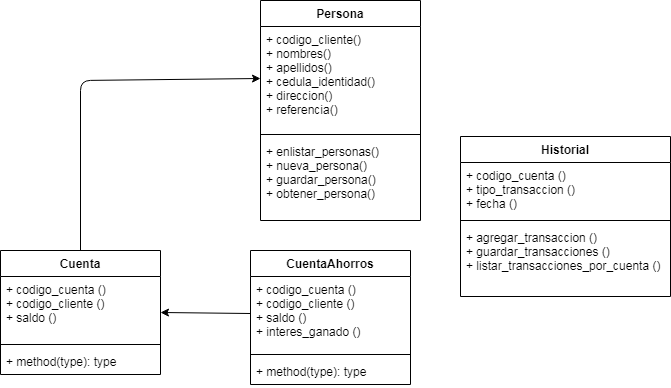
This is diagrama de clases.png from as7haro7/Banco111, a draw.io export, as it was before one commit. Source tidied: cells renumbered, new cells last; positions are measured from the earlier drawing's top-left corner, leaving out a move shared by most shapes.
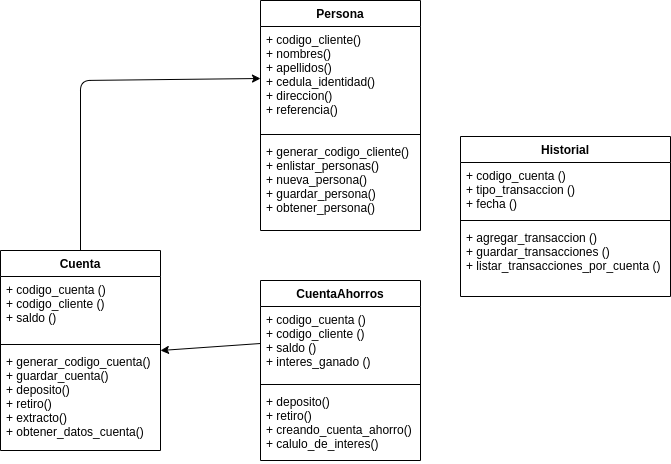
The same file after the commit.

Change to the diagram source:
```diff
@@ -3,7 +3,7 @@
     <mxCell id="0" />
     <mxCell id="1" parent="0" />
     <mxCell id="2" value="Persona" style="swimlane;fontStyle=1;align=center;verticalAlign=top;horizontal=1;startSize=26;" parent="1" vertex="1">
-      <mxGeometry x="260" width="160" height="220" as="geometry" />
+      <mxGeometry x="260" width="160" height="230" as="geometry" />
     </mxCell>
     <mxCell id="3" value="+ codigo_cliente()&#10;+ nombres()&#10;+ apellidos()&#10;+ cedula_identidad()&#10;+ direccion()&#10;+ referencia()" style="text;strokeColor=none;fillColor=none;align=left;verticalAlign=top;spacingLeft=4;spacingRight=4;overflow=hidden;points=[[0,0.5],[1,0.5]];portConstraint=eastwest;" parent="2" vertex="1">
       <mxGeometry y="26" width="160" height="104" as="geometry" />
@@ -11,8 +11,8 @@
     <mxCell id="4" style="line;strokeWidth=1;fillColor=none;align=left;verticalAlign=middle;spacingTop=-1;spacingLeft=3;spacingRight=3;labelPosition=right;strokeColor=inherit;" parent="2" vertex="1">
       <mxGeometry y="130" width="160" height="8" as="geometry" />
     </mxCell>
-    <mxCell id="5" value="+ enlistar_personas()&#10;+ nueva_persona()&#10;+ guardar_persona()&#10;+ obtener_persona()&#10;" style="text;strokeColor=none;fillColor=none;align=left;verticalAlign=top;spacingLeft=4;spacingRight=4;overflow=hidden;" parent="2" vertex="1">
-      <mxGeometry y="138" width="160" height="82" as="geometry" />
+    <mxCell id="5" value="+ generar_codigo_cliente()&#10;+ enlistar_personas()&#10;+ nueva_persona()&#10;+ guardar_persona()&#10;+ obtener_persona()&#10;" style="text;strokeColor=none;fillColor=none;align=left;verticalAlign=top;spacingLeft=4;spacingRight=4;overflow=hidden;" parent="2" vertex="1">
+      <mxGeometry y="138" width="160" height="92" as="geometry" />
     </mxCell>
     <mxCell id="6" style="edgeStyle=none;html=1;exitX=0.5;exitY=0;exitDx=0;exitDy=0;entryX=0;entryY=0.5;entryDx=0;entryDy=0;" parent="1" edge="1" source="7" target="3">
       <mxGeometry relative="1" as="geometry">
@@ -22,7 +22,7 @@
       </mxGeometry>
     </mxCell>
     <mxCell id="7" value="Cuenta" style="swimlane;fontStyle=1;align=center;verticalAlign=top;horizontal=1;startSize=26;" parent="1" vertex="1">
-      <mxGeometry y="250" width="160" height="124" as="geometry" />
+      <mxGeometry y="250" width="160" height="200" as="geometry" />
     </mxCell>
     <mxCell id="8" value="+ codigo_cuenta ()&#10;+ codigo_cliente ()&#10;+ saldo ()" style="text;strokeColor=none;fillColor=none;align=left;verticalAlign=top;spacingLeft=4;spacingRight=4;overflow=hidden;" parent="7" vertex="1">
       <mxGeometry y="26" width="160" height="64" as="geometry" />
@@ -30,11 +30,11 @@
     <mxCell id="9" style="line;strokeWidth=1;fillColor=none;align=left;verticalAlign=middle;spacingTop=-1;spacingLeft=3;spacingRight=3;labelPosition=right;strokeColor=inherit;" parent="7" vertex="1">
       <mxGeometry y="90" width="160" height="8" as="geometry" />
     </mxCell>
-    <mxCell id="10" value="+ method(type): type" style="text;strokeColor=none;fillColor=none;align=left;verticalAlign=top;spacingLeft=4;spacingRight=4;overflow=hidden;" parent="7" vertex="1">
-      <mxGeometry y="98" width="160" height="26" as="geometry" />
+    <mxCell id="10" value="+ generar_codigo_cuenta()&#10;+ guardar_cuenta()&#10;+ deposito()&#10;+ retiro()&#10;+ extracto()&#10;+ obtener_datos_cuenta()" style="text;strokeColor=none;fillColor=none;align=left;verticalAlign=top;spacingLeft=4;spacingRight=4;overflow=hidden;" parent="7" vertex="1">
+      <mxGeometry y="98" width="160" height="102" as="geometry" />
     </mxCell>
     <mxCell id="11" value="CuentaAhorros" style="swimlane;fontStyle=1;align=center;verticalAlign=top;horizontal=1;startSize=26;" parent="1" vertex="1">
-      <mxGeometry x="250" y="250" width="160" height="134" as="geometry" />
+      <mxGeometry x="260" y="280" width="160" height="180" as="geometry" />
     </mxCell>
     <mxCell id="12" value="+ codigo_cuenta ()&#10;+ codigo_cliente ()&#10;+ saldo ()&#10;+ interes_ganado ()" style="text;strokeColor=none;fillColor=none;align=left;verticalAlign=top;spacingLeft=4;spacingRight=4;overflow=hidden;points=[[0,0.5],[1,0.5]];portConstraint=eastwest;" parent="11" vertex="1">
       <mxGeometry y="26" width="160" height="74" as="geometry" />
@@ -42,8 +42,8 @@
     <mxCell id="13" style="line;strokeWidth=1;fillColor=none;align=left;verticalAlign=middle;spacingTop=-1;spacingLeft=3;spacingRight=3;labelPosition=right;strokeColor=inherit;" parent="11" vertex="1">
       <mxGeometry y="100" width="160" height="8" as="geometry" />
     </mxCell>
-    <mxCell id="14" value="+ method(type): type" style="text;strokeColor=none;fillColor=none;align=left;verticalAlign=top;spacingLeft=4;spacingRight=4;overflow=hidden;" parent="11" vertex="1">
-      <mxGeometry y="108" width="160" height="26" as="geometry" />
+    <mxCell id="14" value="+ deposito()&#10;+ retiro()&#10;+ creando_cuenta_ahorro()&#10;+ calulo_de_interes()" style="text;strokeColor=none;fillColor=none;align=left;verticalAlign=top;spacingLeft=4;spacingRight=4;overflow=hidden;" parent="11" vertex="1">
+      <mxGeometry y="108" width="160" height="72" as="geometry" />
     </mxCell>
     <mxCell id="15" value="Historial" style="swimlane;fontStyle=1;align=center;verticalAlign=top;horizontal=1;startSize=26;" parent="1" vertex="1">
       <mxGeometry x="460" y="136" width="210" height="160" as="geometry" />
```
